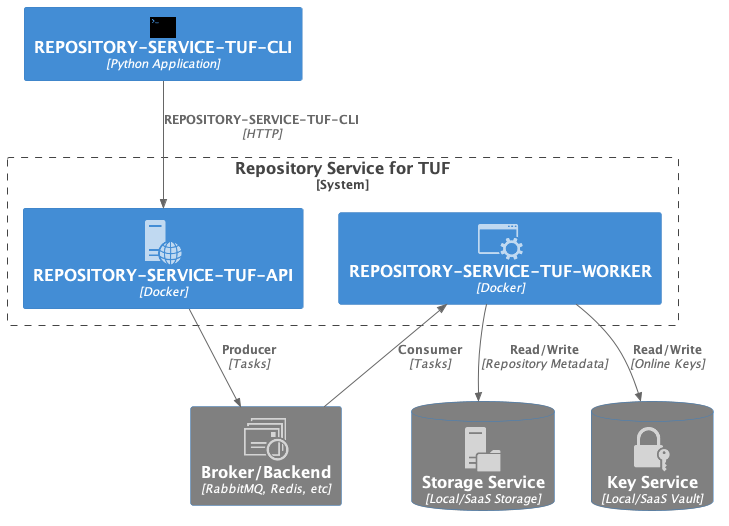
repository-service-tuf/repository-service-tuf keeps this PlantUML diagram as docs/source/_static/2_1_rstuf.png. Above is the earlier version.
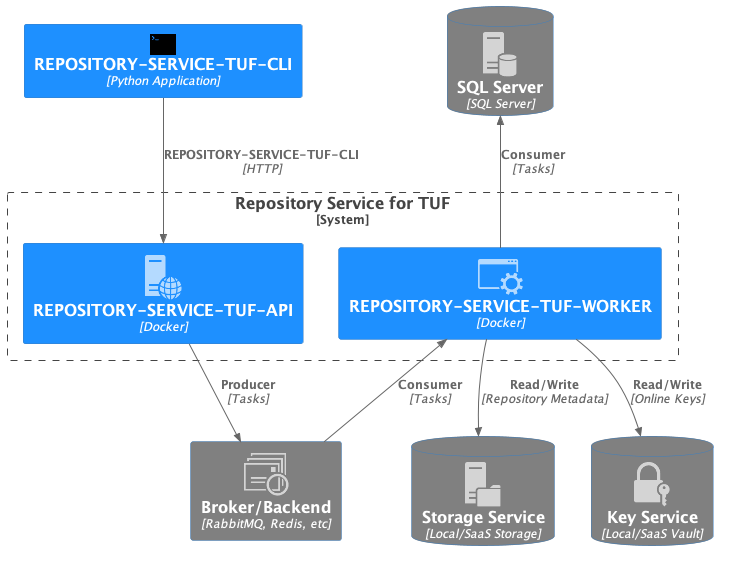
The same diagram one commit later.

Commit message:
docs: update RSTUF docs for SQL feature

The edit, as a diff of the source:
```diff
@@ -7,6 +7,7 @@
 
 !include <office/Servers/file_server>
 !include <office/Servers/application_server>
+!include <office/Servers/database_server>
 !include <office/Services/web_services>
 !include <office/Concepts/application_generic>
 !include <office/Concepts/service_application>
@@ -26,6 +27,7 @@
 AddContainerTag("storage_service", $sprite="file_server", $legendText="Storage Service", $bgColor=Gray)
 AddContainerTag("rest_api", $sprite="web_server", $legendText="Repository REST API")
 AddContainerTag("repo_worker", $sprite="service_application", $legendText="Repository Metadata Worker")
+AddContainerTag("sql_db", $sprite="database_server", $legendText="SQL Server")
 AddContainerTag("queue", $sprite="queue_viewer", $legendText="Message Queue")
 AddContainerTag("ci_cd", $sprite="application_generic", $legendText="CI/CD, Artfact Management, etc")
 AddContainerTag("metadata_web", $sprite="web_services", $legendText="Web exposed TUF Metadata")
@@ -38,21 +40,22 @@
 AddRelTag("share", $textColor="orange", $lineColor="grey", $lineStyle = DashedLine())
 
 
-Container(rstuf_cli, "REPOSITORY-SERVICE-TUF-CLI", "Python Application", $tags="terminal")
+Container(rstuf_cli, "REPOSITORY-SERVICE-TUF-CLI", "Python Application", $tags="terminal") #DodgerBlue
 System_Boundary(rstuf, "Repository Service for TUF ") {
-    Container(rstuf_rest_api, "REPOSITORY-SERVICE-TUF-API", "Docker", $tags="rest_api")
-    Container(rstuf_repo_worker, "REPOSITORY-SERVICE-TUF-WORKER", "Docker", $tags="repo_worker")
+    Container(rstuf_rest_api, "REPOSITORY-SERVICE-TUF-API", "Docker", $tags="rest_api") #DodgerBlue
+    Container(rstuf_repo_worker, "REPOSITORY-SERVICE-TUF-WORKER", "Docker", $tags="repo_worker") #DodgerBlue
 }
 Container(queue, "Broker/Backend", "RabbitMQ, Redis, etc", $tags="queue") #Grey
 ContainerDb(key_service, "Key Service", "Local/SaaS Vault", $tags="key_service") #Grey
 ContainerDb(storage_service, "Storage Service", "Local/SaaS Storage", $tags="storage_service") #Grey
+ContainerDb(sql, "SQL Server", "SQL Server", $tags="sql_db") #Grey
 
 Rel(rstuf_cli, rstuf_rest_api, "REPOSITORY-SERVICE-TUF-CLI", "HTTP")
 Rel_U(queue, rstuf_repo_worker, "Consumer", "Tasks")
 Rel_D(rstuf_rest_api, queue, "Producer", "Tasks")
 Rel_D(rstuf_repo_worker, key_service, "Read/Write", "Online Keys")
 Rel_D(rstuf_repo_worker, storage_service, "Read/Write", "Repository Metadata")
-
+Rel_U(rstuf_repo_worker, sql, "Consumer", "Tasks")
 
 HIDE_STEREOTYPE()
 
```
